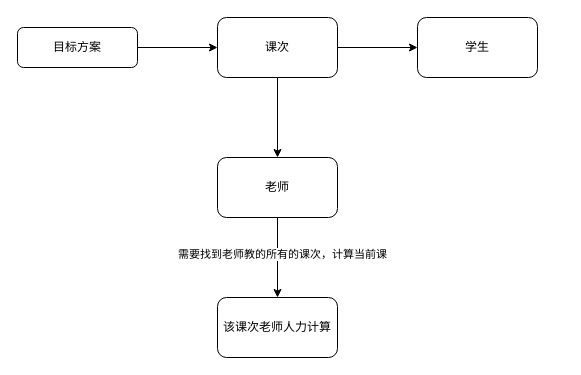
Before: 师生比程序流图.drawio in KinMan-ZHR/picture-bed, a draw.io diagram. Source tidied: cells renumbered, new cells numbered last; positions are measured from the earlier drawing's top-left corner, leaving out a move shared by most shapes. Both pictures are drawn from the tidied source at 100%, with x=0, y=0 at pixel (17, 17).
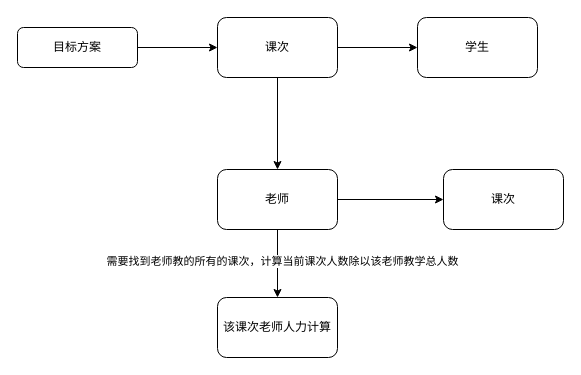
Above is the later version.

Commit message:
更新师生比程序流图.drawio

The edit, as a diff of the source:
```diff
@@
 <mxGraphModel>
   <root>
     <mxCell id="0" />
     <mxCell id="1" parent="0" />
     <mxCell id="2" style="edgeStyle=orthogonalEdgeStyle;rounded=0;jettySize=auto;html=1;" parent="1" edge="1" source="3" target="6">
       <mxGeometry relative="1" as="geometry" />
     </mxCell>
     <mxCell id="3" value="目标方案" style="rounded=1;whiteSpace=wrap;html=1;fontSize=12;glass=0;strokeWidth=1;shadow=0;" parent="1" vertex="1">
       <mxGeometry y="10" width="120" height="40" as="geometry" />
     </mxCell>
     <mxCell id="4" style="edgeStyle=orthogonalEdgeStyle;rounded=0;jettySize=auto;html=1;" parent="1" edge="1" source="6" target="9">
       <mxGeometry relative="1" as="geometry" />
     </mxCell>
     <mxCell id="5" style="edgeStyle=orthogonalEdgeStyle;rounded=0;jettySize=auto;html=1;" parent="1" edge="1" source="6" target="10">
       <mxGeometry relative="1" as="geometry" />
     </mxCell>
     <mxCell id="6" value="课次" style="whiteSpace=wrap;html=1;rounded=1;glass=0;strokeWidth=1;shadow=0;" parent="1" vertex="1">
       <mxGeometry x="200" width="120" height="60" as="geometry" />
     </mxCell>
     <mxCell id="7" style="edgeStyle=orthogonalEdgeStyle;rounded=0;jettySize=auto;html=1;" parent="1" edge="1" source="9" target="11">
       <mxGeometry relative="1" as="geometry" />
     </mxCell>
-    <mxCell id="8" value="需要找到老师教的所有的课次，计算当前课" style="edgeLabel;html=1;align=center;verticalAlign=middle;" parent="7" vertex="1">
+    <mxCell id="8" value="需要找到老师教的所有的课次，计算当前课次人数除以该老师教学总人数" style="edgeLabel;html=1;align=center;verticalAlign=middle;" parent="7" vertex="1">
       <mxGeometry x="-0.1" y="4" relative="1" as="geometry" />
     </mxCell>
+    <mxCell id="12" style="edgeStyle=orthogonalEdgeStyle;rounded=0;jettySize=auto;html=1;" parent="1" edge="1" source="9" target="13">
+      <mxGeometry relative="1" as="geometry" />
+    </mxCell>
     <mxCell id="9" value="老师" style="whiteSpace=wrap;html=1;rounded=1;glass=0;strokeWidth=1;shadow=0;" parent="1" vertex="1">
-      <mxGeometry x="200" y="140" width="120" height="60" as="geometry" />
+      <mxGeometry x="200" y="152" width="120" height="60" as="geometry" />
     </mxCell>
     <mxCell id="10" value="学生" style="whiteSpace=wrap;html=1;rounded=1;glass=0;strokeWidth=1;shadow=0;" parent="1" vertex="1">
       <mxGeometry x="400" width="120" height="60" as="geometry" />
     </mxCell>
     <mxCell id="11" value="该课次老师人力计算" style="whiteSpace=wrap;html=1;rounded=1;glass=0;strokeWidth=1;shadow=0;" parent="1" vertex="1">
       <mxGeometry x="200" y="280" width="120" height="60" as="geometry" />
     </mxCell>
+    <mxCell id="13" value="课次" style="whiteSpace=wrap;html=1;rounded=1;glass=0;strokeWidth=1;shadow=0;" parent="1" vertex="1">
+      <mxGeometry x="426" y="152" width="120" height="60" as="geometry" />
+    </mxCell>
   </root>
 </mxGraphModel>
```
